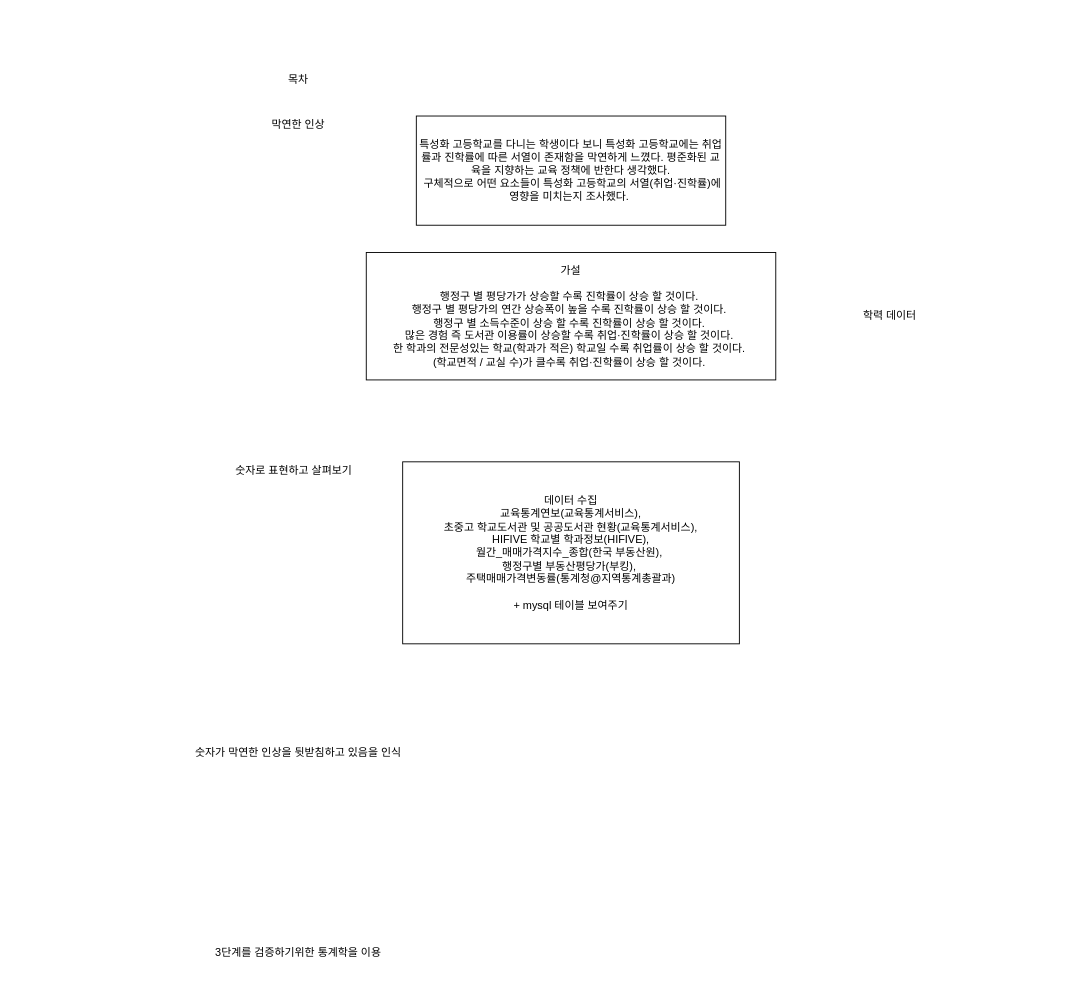
The draw.io diagram page "Page-2" (2 of 2) of 2020/탐구순서.drawio in JiwonChung/dataCompetition, before the edit. Source tidied: cells renumbered, new cells numbered last; positions are measured from the earlier drawing's top-left corner, leaving out a move shared by most shapes. Both pictures are drawn from the tidied source at 91%, with x=0, y=0 at pixel (179, 70).
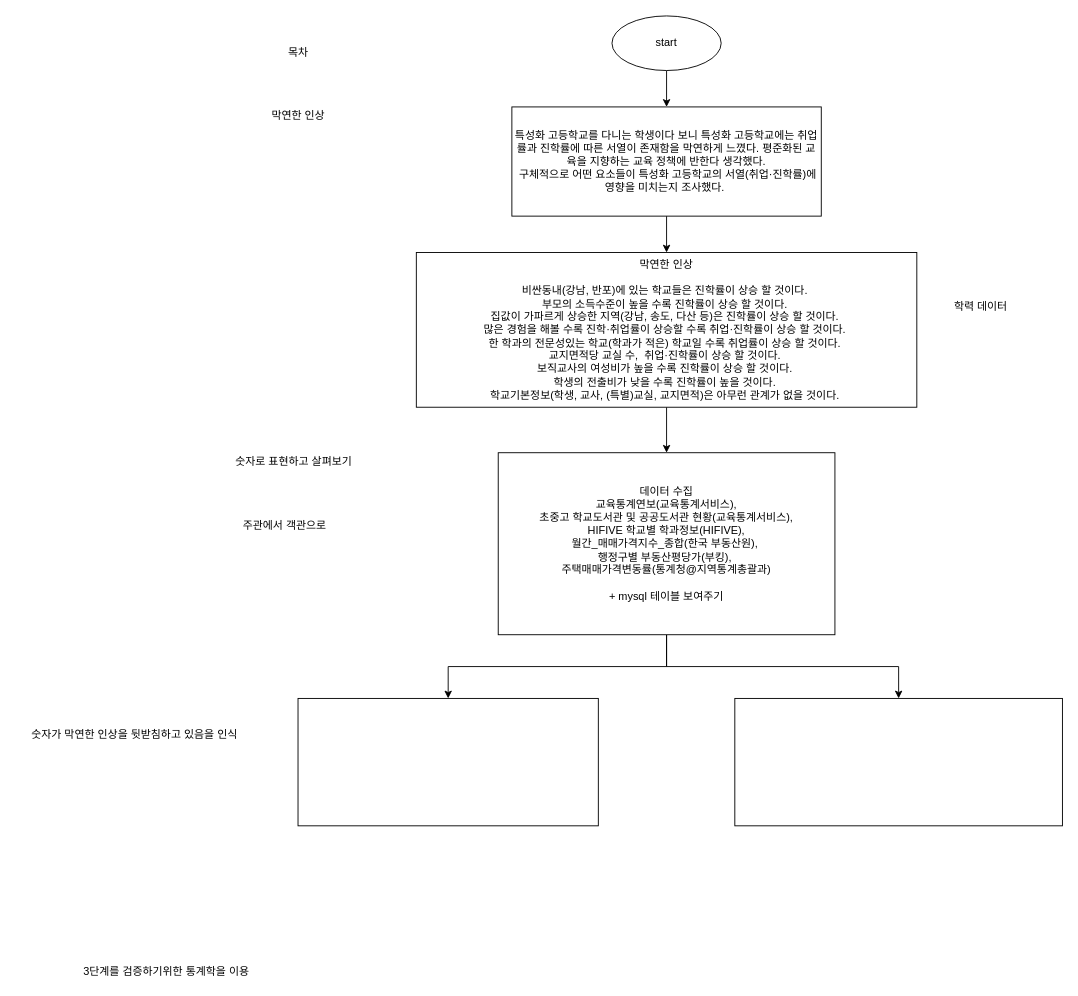
Above is the later version.

The edit, as a diff of the source:
```diff
@@
 <mxGraphModel>
   <root>
     <mxCell id="0" />
     <mxCell id="1" parent="0" />
     <mxCell id="2" value="목차" style="text;html=1;align=center;verticalAlign=middle;strokeColor=none;" parent="1" vertex="1">
-      <mxGeometry x="110" width="40" height="20" as="geometry" />
+      <mxGeometry x="110" y="-30" width="40" height="20" as="geometry" />
     </mxCell>
+    <mxCell id="11" style="edgeStyle=orthogonalEdgeStyle;rounded=0;jettySize=auto;html=1;" parent="1" edge="1" source="3" target="8">
+      <mxGeometry relative="1" as="geometry" />
+    </mxCell>
     <mxCell id="3" value="특성화 고등학교를 다니는 학생이다 보니 특성화 고등학교에는 취업률과 진학률에 따른 서열이 존재함을 막연하게 느꼈다. 평준화된 교육을 지향하는 교육 정책에 반한다 생각했다.&lt;br&gt;&amp;nbsp;구체적으로 어떤 요소들이 특성화 고등학교의 서열(취업·진학률)에 영향을 미치는지 조사했다.&amp;nbsp;" style="whiteSpace=wrap;html=1;" parent="1" vertex="1">
-      <mxGeometry x="260" y="50" width="340" height="120" as="geometry" />
+      <mxGeometry x="365" y="40" width="340" height="120" as="geometry" />
     </mxCell>
     <mxCell id="4" value="막연한 인상" style="text;html=1;align=center;verticalAlign=middle;strokeColor=none;" parent="1" vertex="1">
-      <mxGeometry x="90" y="50" width="80" height="20" as="geometry" />
+      <mxGeometry x="90" y="40" width="80" height="20" as="geometry" />
     </mxCell>
     <mxCell id="5" value="숫자로 표현하고 살펴보기" style="text;html=1;align=center;verticalAlign=middle;strokeColor=none;" parent="1" vertex="1">
-      <mxGeometry x="50" y="430" width="150" height="20" as="geometry" />
+      <mxGeometry x="50" y="420" width="150" height="20" as="geometry" />
     </mxCell>
     <mxCell id="6" value="숫자가 막연한 인상을 뒷받침하고 있음을 인식" style="text;html=1;align=center;verticalAlign=middle;strokeColor=none;" parent="1" vertex="1">
-      <mxGeometry y="740" width="260" height="20" as="geometry" />
+      <mxGeometry x="-180" y="720" width="260" height="20" as="geometry" />
     </mxCell>
     <mxCell id="7" value="3단계를 검증하기위한 통계학을 이용" style="text;html=1;align=center;verticalAlign=middle;strokeColor=none;" parent="1" vertex="1">
-      <mxGeometry x="25" y="960" width="210" height="20" as="geometry" />
+      <mxGeometry x="-120" y="980" width="210" height="20" as="geometry" />
     </mxCell>
+    <mxCell id="12" style="edgeStyle=orthogonalEdgeStyle;rounded=0;jettySize=auto;html=1;" parent="1" edge="1" source="8" target="10">
+      <mxGeometry relative="1" as="geometry" />
+    </mxCell>
-    <mxCell id="8" value="가설&lt;br&gt;&lt;br&gt;행정구 별 평당가가 상승할 수록 진학률이 상승 할 것이다.&amp;nbsp;&lt;br&gt;행정구 별 평당가의 연간 상승폭이 높을 수록 진학률이 상승 할 것이다.&amp;nbsp;&lt;br&gt;행정구 별 소득수준이 상승 할 수록 진학률이 상승 할 것이다.&amp;nbsp;&lt;br&gt;많은 경험 즉 도서관 이용률이 상승할 수록 취업·진학률이 상승 할 것이다.&amp;nbsp;&lt;br&gt;한 학과의 전문성있는 학교(학과가 적은) 학교일 수록 취업률이 상승 할 것이다.&amp;nbsp;&lt;br&gt;(학교면적 / 교실 수)가 클수록 취업·진학률이 상승 할 것이다.&amp;nbsp;" style="whiteSpace=wrap;html=1;" parent="1" vertex="1">
-      <mxGeometry x="205" y="200" width="450" height="140" as="geometry" />
+    <mxCell id="8" value="막연한 인상&lt;br&gt;&lt;br&gt;비싼동내(강남, 반포)에 있는 학교들은 진학률이 상승 할 것이다.&amp;nbsp;&lt;br&gt;부모의 소득수준이 높을 수록 진학률이 상승 할 것이다.&amp;nbsp;&lt;br&gt;집값이 가파르게 상승한 지역(강남, 송도, 다산 등)은 진학률이 상승 할 것이다.&amp;nbsp;&lt;br&gt;많은 경험을 해볼 수록 진학·취업률이 상승할 수록 취업·진학률이 상승 할 것이다.&amp;nbsp;&lt;br&gt;한 학과의 전문성있는 학교(학과가 적은) 학교일 수록 취업률이 상승 할 것이다.&amp;nbsp;&lt;br&gt;교지면적당 교실 수,&amp;nbsp; 취업·진학률이 상승 할 것이다.&amp;nbsp;&lt;br&gt;보직교사의 여성비가 높을 수록 진학률이 상승 할 것이다.&amp;nbsp;&lt;br&gt;학생의 전출비가 낮을 수록 진학률이 높을 것이다.&amp;nbsp;&lt;br&gt;학교기본정보(학생, 교사, (특별)교실, 교지면적)은 아무런 관계가 없을 것이다.&amp;nbsp;" style="whiteSpace=wrap;html=1;" parent="1" vertex="1">
+      <mxGeometry x="260" y="200" width="550" height="170" as="geometry" />
     </mxCell>
     <mxCell id="9" value="학력 데이터" style="text;html=1;align=center;verticalAlign=middle;strokeColor=none;" parent="1" vertex="1">
-      <mxGeometry x="740" y="260" width="80" height="20" as="geometry" />
+      <mxGeometry x="840" y="250" width="80" height="20" as="geometry" />
     </mxCell>
+    <mxCell id="13" style="edgeStyle=orthogonalEdgeStyle;rounded=0;jettySize=auto;html=1;exitX=0.5;exitY=1;exitDx=0;exitDy=0;entryX=0.5;entryY=0;entryDx=0;entryDy=0;" parent="1" edge="1" source="10" target="15">
+      <mxGeometry relative="1" as="geometry" />
+    </mxCell>
+    <mxCell id="14" style="edgeStyle=orthogonalEdgeStyle;rounded=0;jettySize=auto;html=1;exitX=0.5;exitY=1;exitDx=0;exitDy=0;entryX=0.5;entryY=0;entryDx=0;entryDy=0;" parent="1" edge="1" source="10" target="17">
+      <mxGeometry relative="1" as="geometry" />
+    </mxCell>
     <mxCell id="10" value="데이터 수집&lt;br&gt;&lt;div&gt;교육통계연보(교육통계서비스),&lt;/div&gt;&lt;div&gt;초중고 학교도서관 및 공공도서관 현황(교육통계서비스),&lt;/div&gt;&lt;div&gt;HIFIVE 학교별 학과정보(HIFIVE),&lt;/div&gt;&lt;div&gt;월간_매매가격지수_종합(한국 부동산원),&amp;nbsp;&lt;/div&gt;&lt;div&gt;행정구별 부동산평당가(부킹),&amp;nbsp;&lt;/div&gt;&lt;div&gt;주택매매가격변동률(통계청@지역통계총괄과)&lt;/div&gt;&lt;div&gt;&lt;br&gt;&lt;/div&gt;&lt;div&gt;+ mysql 테이블 보여주기&lt;/div&gt;" style="whiteSpace=wrap;html=1;" parent="1" vertex="1">
-      <mxGeometry x="245" y="430" width="370" height="200" as="geometry" />
+      <mxGeometry x="350" y="420" width="370" height="200" as="geometry" />
     </mxCell>
+    <mxCell id="15" style="whiteSpace=wrap;html=1;" parent="1" vertex="1">
+      <mxGeometry x="130" y="690" width="330" height="140" as="geometry" />
+    </mxCell>
+    <mxCell id="16" value="주관에서 객관으로" style="text;html=1;align=center;verticalAlign=middle;strokeColor=none;" parent="1" vertex="1">
+      <mxGeometry x="60" y="490" width="110" height="20" as="geometry" />
+    </mxCell>
+    <mxCell id="17" style="whiteSpace=wrap;html=1;" parent="1" vertex="1">
+      <mxGeometry x="610" y="690" width="360" height="140" as="geometry" />
+    </mxCell>
+    <mxCell id="18" style="edgeStyle=orthogonalEdgeStyle;rounded=0;jettySize=auto;html=1;exitX=0.5;exitY=1;exitDx=0;exitDy=0;entryX=0.5;entryY=0;entryDx=0;entryDy=0;" parent="1" edge="1" source="19" target="3">
+      <mxGeometry relative="1" as="geometry" />
+    </mxCell>
+    <mxCell id="19" value="start" style="ellipse;whiteSpace=wrap;html=1;" parent="1" vertex="1">
+      <mxGeometry x="475" y="-60" width="120" height="60" as="geometry" />
+    </mxCell>
   </root>
 </mxGraphModel>
```
